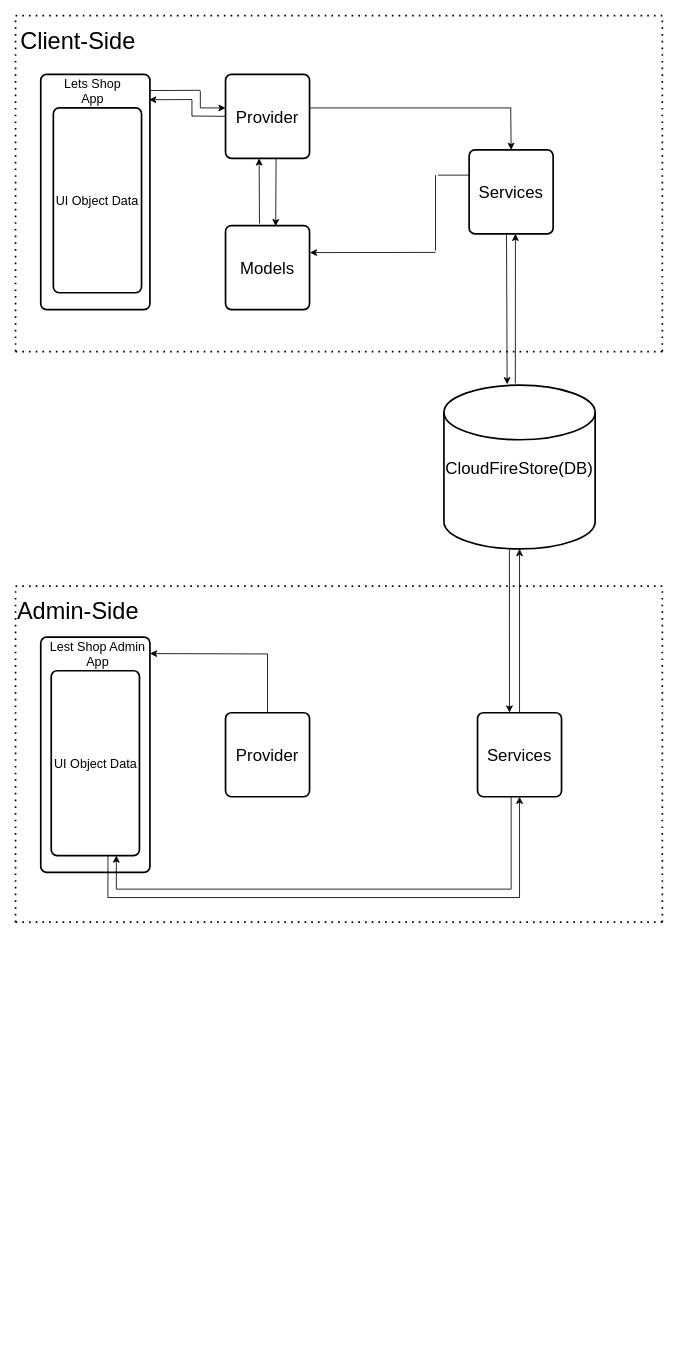
Above: page "Data Flow Program" (4 of 6) of flow_program.drawio in ambigo7/flutter_Ecommerce (draw.io), before the change. Source tidied: cells renumbered, new cells numbered last; positions are measured from the earlier drawing's top-left corner, leaving out a move shared by most shapes. Both pictures are drawn from the tidied source at 84%, with x=0, y=0 at pixel (14, 15).
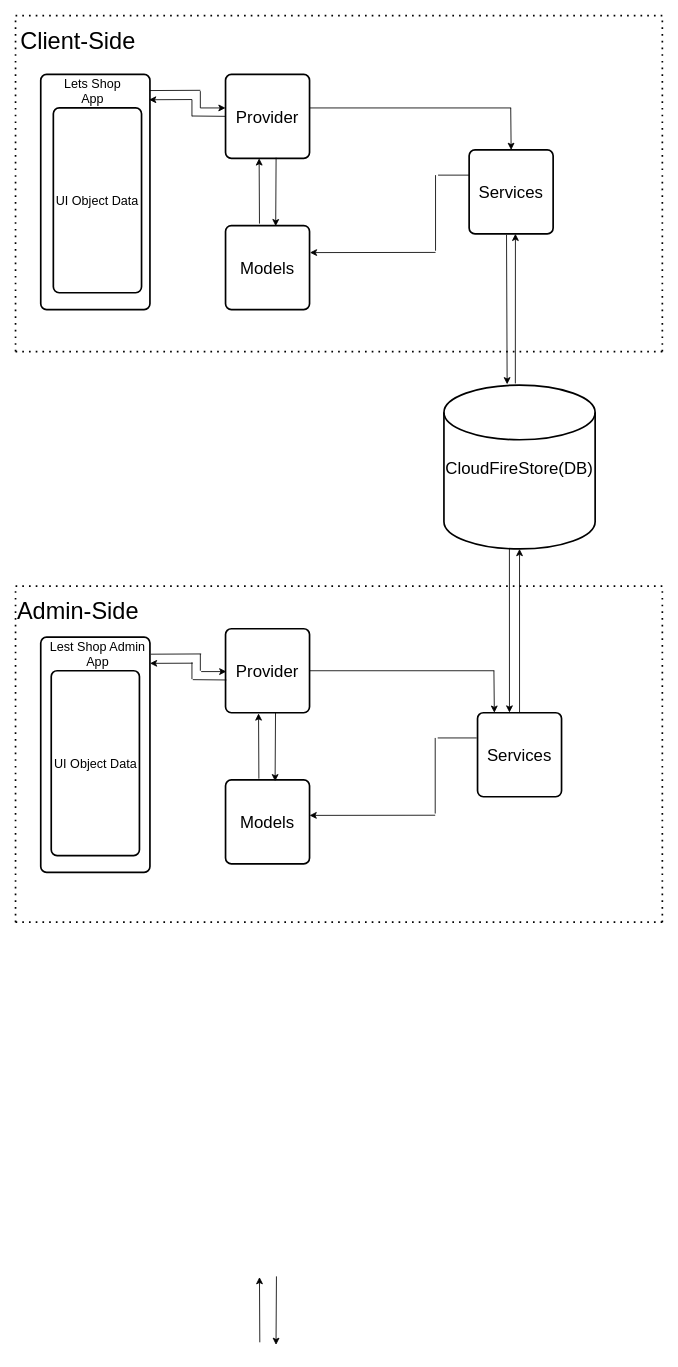
After the change.

The change refers to these unchanged cells:
```xml
<mxCell id="13" value="Services" style="rounded=1;whiteSpace=wrap;html=1;absoluteArcSize=1;arcSize=14;strokeWidth=2;fontSize=20;" parent="1" vertex="1">
  <mxGeometry x="551" y="830" width="100" height="100" as="geometry" />
</mxCell>
```

What changed in the source:
```diff
@@
-    <mxCell id="14" value="Provider" style="rounded=1;whiteSpace=wrap;html=1;absoluteArcSize=1;arcSize=14;strokeWidth=2;fontSize=20;" parent="1" vertex="1">
-      <mxGeometry x="251" y="830" width="100" height="100" as="geometry" />
-    </mxCell>
@@
-    <mxCell id="38" style="endArrow=none;html=1;fontSize=28;" parent="1" edge="1">
-      <mxGeometry relative="1" as="geometry">
-        <mxPoint x="591" y="1040" as="sourcePoint" />
-        <mxPoint x="591" y="930" as="targetPoint" />
-      </mxGeometry>
-    </mxCell>
-    <mxCell id="39" style="endArrow=none;html=1;fontSize=28;" parent="1" edge="1">
-      <mxGeometry relative="1" as="geometry">
-        <mxPoint x="121" y="1040" as="sourcePoint" />
-        <mxPoint x="591" y="1040" as="targetPoint" />
-      </mxGeometry>
-    </mxCell>
-    <mxCell id="40" style="endArrow=classic;html=1;fontSize=28;" parent="1" edge="1">
-      <mxGeometry relative="1" as="geometry">
-        <mxPoint x="121" y="1040" as="sourcePoint" />
-        <mxPoint x="121" y="1000" as="targetPoint" />
-      </mxGeometry>
-    </mxCell>
-    <mxCell id="41" style="endArrow=none;html=1;fontSize=28;" parent="1" edge="1">
-      <mxGeometry relative="1" as="geometry">
-        <mxPoint x="111" y="1050" as="sourcePoint" />
-        <mxPoint x="111" y="1000" as="targetPoint" />
-      </mxGeometry>
-    </mxCell>
-    <mxCell id="42" style="endArrow=none;html=1;fontSize=28;" parent="1" edge="1">
-      <mxGeometry relative="1" as="geometry">
-        <mxPoint x="111" y="1050" as="sourcePoint" />
-        <mxPoint x="601" y="1050" as="targetPoint" />
-      </mxGeometry>
-    </mxCell>
-    <mxCell id="43" style="endArrow=classic;html=1;fontSize=28;entryX=0.5;entryY=1;entryDx=0;entryDy=0;" parent="1" edge="1" target="13">
-      <mxGeometry relative="1" as="geometry">
-        <mxPoint x="601" y="1050" as="sourcePoint" />
-      </mxGeometry>
-    </mxCell>
-    <mxCell id="44" style="endArrow=classic;html=1;fontSize=28;" parent="1" edge="1">
-      <mxGeometry relative="1" as="geometry">
-        <mxPoint x="301" y="760" as="sourcePoint" />
-        <mxPoint x="161" y="759.6" as="targetPoint" />
-      </mxGeometry>
-    </mxCell>
-    <mxCell id="45" style="endArrow=none;html=1;fontSize=28;" parent="1" edge="1">
-      <mxGeometry relative="1" as="geometry">
-        <mxPoint x="301" y="830" as="sourcePoint" />
-        <mxPoint x="301" y="760" as="targetPoint" />
-      </mxGeometry>
-    </mxCell>
@@
+    <mxCell id="49" value="Models" style="rounded=1;whiteSpace=wrap;html=1;absoluteArcSize=1;arcSize=14;strokeWidth=2;fontSize=20;" parent="1" vertex="1">
+      <mxGeometry x="251" y="910" width="100" height="100" as="geometry" />
+    </mxCell>
+    <mxCell id="14" value="Provider" style="rounded=1;whiteSpace=wrap;html=1;absoluteArcSize=1;arcSize=14;strokeWidth=2;fontSize=20;" parent="1" vertex="1">
+      <mxGeometry x="251" y="730" width="100" height="100" as="geometry" />
+    </mxCell>
+    <mxCell id="50" style="endArrow=none;html=1;fontSize=28;" parent="1" edge="1">
+      <mxGeometry relative="1" as="geometry">
+        <mxPoint x="550" y="860" as="sourcePoint" />
+        <mxPoint x="503.6" y="860" as="targetPoint" />
+      </mxGeometry>
+    </mxCell>
+    <mxCell id="51" style="endArrow=classic;html=1;fontSize=28;entryX=1.004;entryY=0.322;entryDx=0;entryDy=0;entryPerimeter=0;" parent="1" edge="1">
+      <mxGeometry relative="1" as="geometry">
+        <mxPoint x="500.6" y="952" as="sourcePoint" />
+        <mxPoint x="351" y="952.2" as="targetPoint" />
+      </mxGeometry>
+    </mxCell>
+    <mxCell id="52" style="endArrow=none;html=1;fontSize=28;" parent="1" edge="1">
+      <mxGeometry relative="1" as="geometry">
+        <mxPoint x="500.6" y="950" as="sourcePoint" />
+        <mxPoint x="500.6" y="860" as="targetPoint" />
+      </mxGeometry>
+    </mxCell>
+    <mxCell id="53" style="endArrow=none;html=1;fontSize=28;" parent="1" edge="1">
+      <mxGeometry relative="1" as="geometry">
+        <mxPoint x="351" y="780" as="sourcePoint" />
+        <mxPoint x="571" y="780" as="targetPoint" />
+      </mxGeometry>
+    </mxCell>
+    <mxCell id="54" style="endArrow=classic;html=1;fontSize=28;entryX=0.5;entryY=0;entryDx=0;entryDy=0;" parent="1" edge="1">
+      <mxGeometry relative="1" as="geometry">
+        <mxPoint x="570.5" y="780" as="sourcePoint" />
+        <mxPoint x="571" y="830" as="targetPoint" />
+      </mxGeometry>
+    </mxCell>
+    <mxCell id="55" style="endArrow=classic;html=1;fontSize=28;entryX=0.597;entryY=0.008;entryDx=0;entryDy=0;entryPerimeter=0;exitX=0.602;exitY=0.992;exitDx=0;exitDy=0;exitPerimeter=0;" parent="1" edge="1">
+      <mxGeometry relative="1" as="geometry">
+        <mxPoint x="310.5" y="830" as="sourcePoint" />
+        <mxPoint x="310" y="911.6" as="targetPoint" />
+      </mxGeometry>
+    </mxCell>
+    <mxCell id="56" style="endArrow=classic;html=1;fontSize=28;exitX=0.404;exitY=-0.023;exitDx=0;exitDy=0;exitPerimeter=0;" parent="1" edge="1">
+      <mxGeometry relative="1" as="geometry">
+        <mxPoint x="290.7" y="908.5" as="sourcePoint" />
+        <mxPoint x="290.3" y="830.8" as="targetPoint" />
+      </mxGeometry>
+    </mxCell>
+    <mxCell id="57" style="endArrow=none;html=1;fontSize=28;entryX=0;entryY=0.5;entryDx=0;entryDy=0;" parent="1" edge="1">
+      <mxGeometry relative="1" as="geometry">
+        <mxPoint x="212" y="790.6" as="sourcePoint" />
+        <mxPoint x="252" y="791" as="targetPoint" />
+      </mxGeometry>
+    </mxCell>
+    <mxCell id="58" style="endArrow=classic;html=1;fontSize=28;entryX=0.992;entryY=0.108;entryDx=0;entryDy=0;entryPerimeter=0;" parent="1" edge="1">
+      <mxGeometry relative="1" as="geometry">
+        <mxPoint x="212" y="771" as="sourcePoint" />
+        <mxPoint x="161" y="771.2" as="targetPoint" />
+      </mxGeometry>
+    </mxCell>
+    <mxCell id="59" style="endArrow=none;html=1;" parent="1" edge="1">
+      <mxGeometry relative="1" as="geometry">
+        <mxPoint x="162" y="760.3" as="sourcePoint" />
+        <mxPoint x="222" y="760" as="targetPoint" />
+      </mxGeometry>
+    </mxCell>
+    <mxCell id="60" style="endArrow=classic;html=1;" parent="1" edge="1">
+      <mxGeometry relative="1" as="geometry">
+        <mxPoint x="222" y="781" as="sourcePoint" />
+        <mxPoint x="252" y="781" as="targetPoint" />
+      </mxGeometry>
+    </mxCell>
+    <mxCell id="61" style="endArrow=classic;html=1;fontSize=28;entryX=0.597;entryY=0.008;entryDx=0;entryDy=0;entryPerimeter=0;exitX=0.602;exitY=0.992;exitDx=0;exitDy=0;exitPerimeter=0;" parent="1" edge="1">
+      <mxGeometry relative="1" as="geometry">
+        <mxPoint x="311.6" y="1501" as="sourcePoint" />
+        <mxPoint x="311.1" y="1582.6" as="targetPoint" />
+      </mxGeometry>
+    </mxCell>
+    <mxCell id="62" style="endArrow=classic;html=1;fontSize=28;exitX=0.404;exitY=-0.023;exitDx=0;exitDy=0;exitPerimeter=0;" parent="1" edge="1">
+      <mxGeometry relative="1" as="geometry">
+        <mxPoint x="291.8" y="1579.5" as="sourcePoint" />
+        <mxPoint x="291.4" y="1501.8" as="targetPoint" />
+      </mxGeometry>
+    </mxCell>
+    <mxCell id="63" style="endArrow=none;html=1;fontSize=28;" parent="1" edge="1">
+      <mxGeometry relative="1" as="geometry">
+        <mxPoint x="211" y="790" as="sourcePoint" />
+        <mxPoint x="211" y="770" as="targetPoint" />
+      </mxGeometry>
+    </mxCell>
+    <mxCell id="64" style="endArrow=none;html=1;" parent="1" edge="1">
+      <mxGeometry relative="1" as="geometry">
+        <mxPoint x="221" y="780" as="sourcePoint" />
+        <mxPoint x="221" y="760" as="targetPoint" />
+      </mxGeometry>
+    </mxCell>
```
